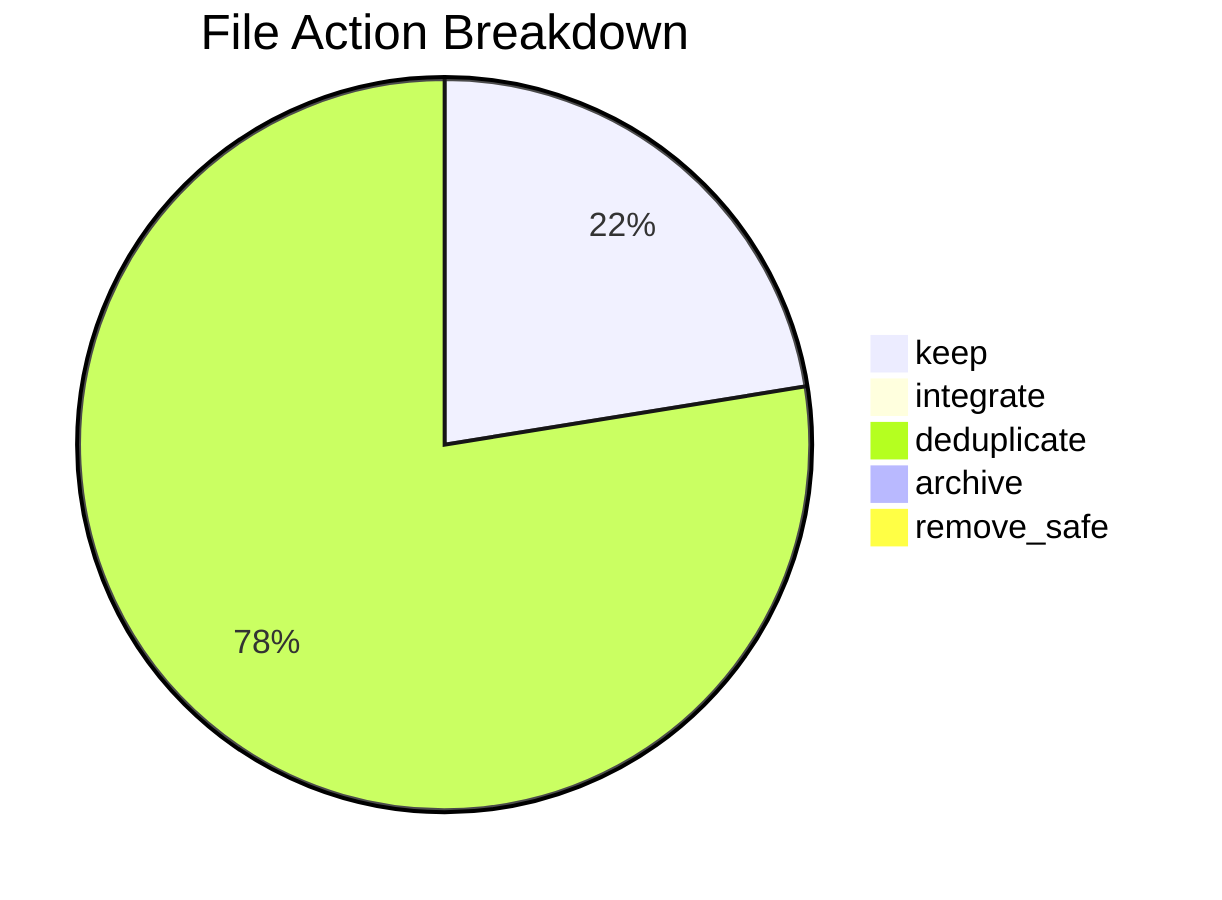
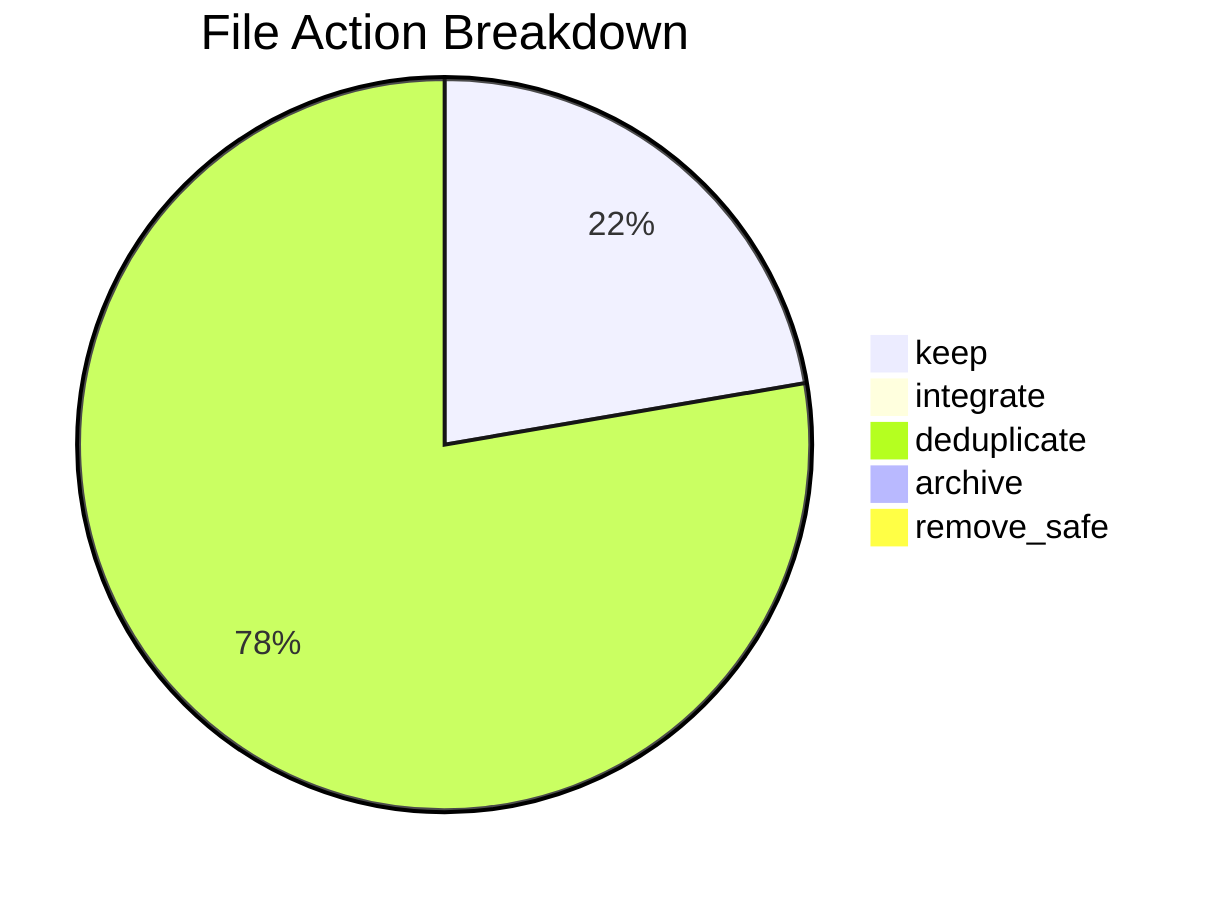
pie title File Action Breakdown
  "keep" : 141
  "integrate" : 0
-   "deduplicate" : 487
+   "deduplicate" : 491
  "archive" : 0
  "remove_safe" : 0
